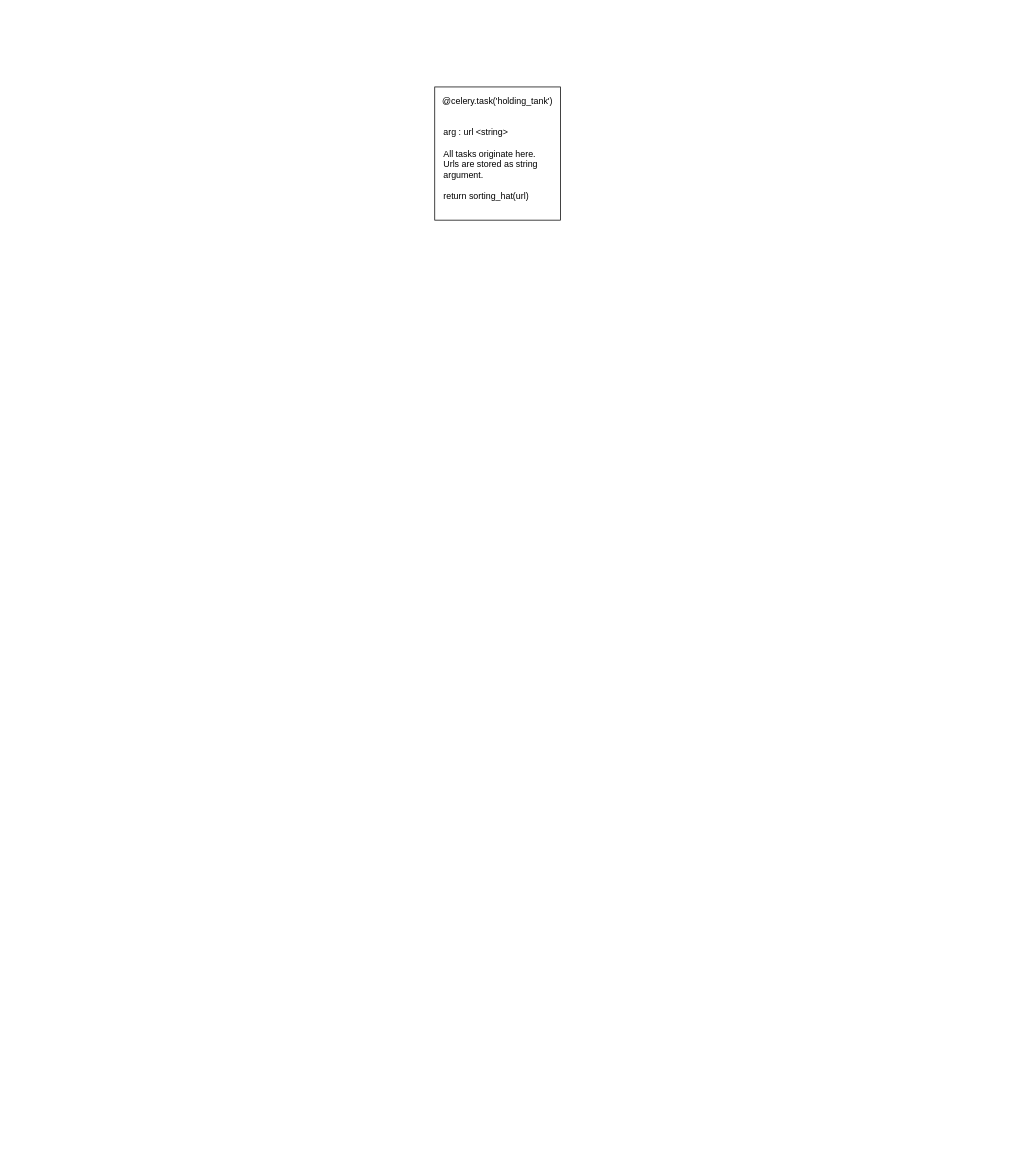
Earlier version of the draw.io diagram docs/Artifice-Scraper.drawio (artifice-project/artifice-project). Source tidied: cells renumbered, new cells numbered last; positions are measured from the earlier drawing's top-left corner, leaving out a move shared by most shapes. Both pictures are drawn from the tidied source at 74%, with x=0, y=0 at pixel (434, 87).
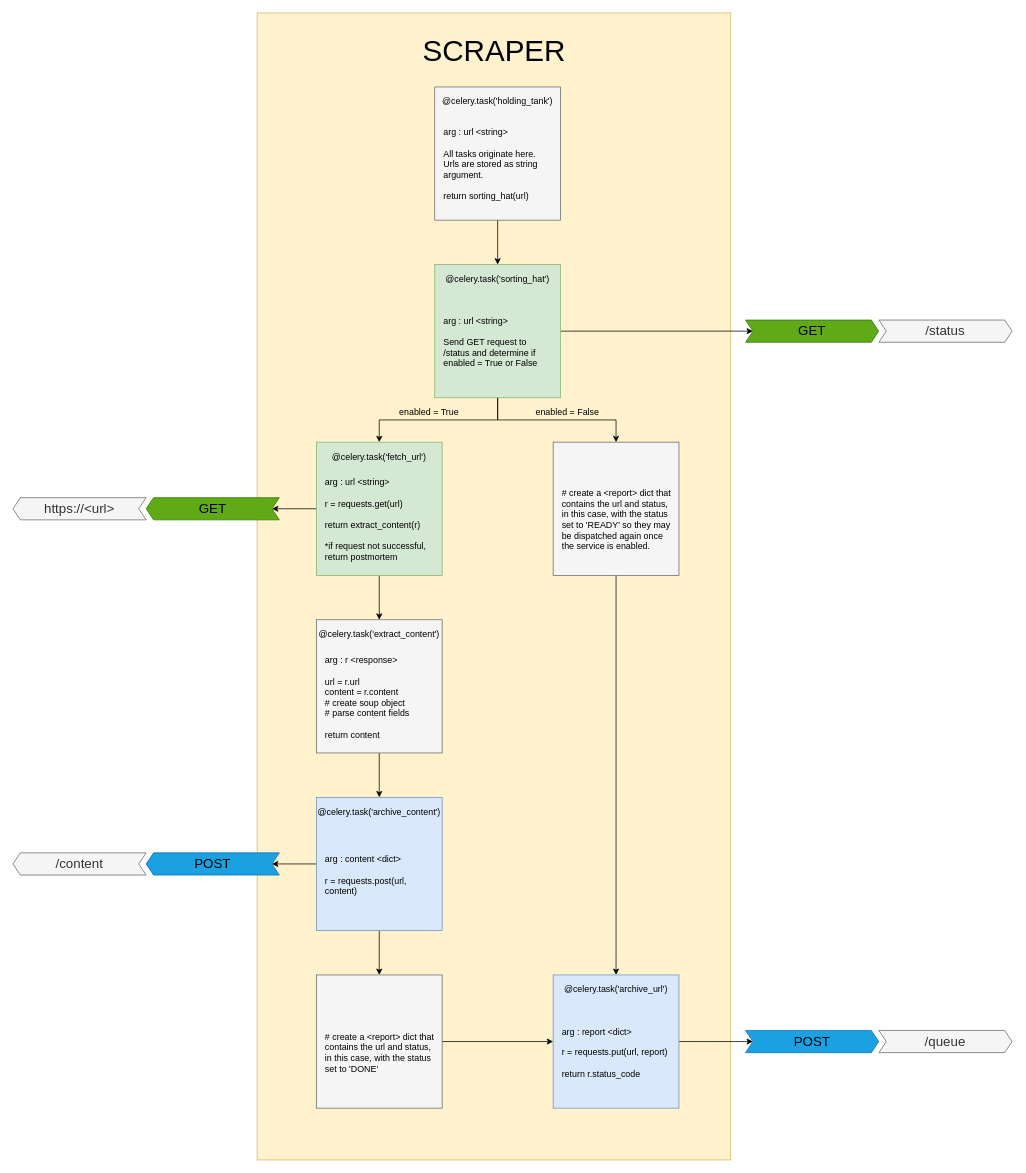
The same diagram, later.

What changed in the source:
```diff
@@
+    <mxCell id="5" style="rounded=0;whiteSpace=wrap;html=1;fillColor=#fff2cc;strokeColor=#d6b656;" parent="1" vertex="1">
+      <mxGeometry x="-240" y="-100" width="640" height="1550" as="geometry" />
+    </mxCell>
+    <mxCell id="6" style="edgeStyle=orthogonalEdgeStyle;rounded=0;jettySize=auto;html=1;exitX=0.5;exitY=1;exitDx=0;exitDy=0;entryX=0.5;entryY=0;entryDx=0;entryDy=0;" parent="1" edge="1" source="2" target="9">
+      <mxGeometry relative="1" as="geometry" />
+    </mxCell>
-    <mxCell id="2" style="rounded=0;whiteSpace=wrap;html=1;" parent="1" vertex="1">
+    <mxCell id="2" style="rounded=0;whiteSpace=wrap;html=1;fillColor=#f5f5f5;strokeColor=#666666;fontColor=#333333;" parent="1" vertex="1">
       <mxGeometry width="170" height="180" as="geometry" />
     </mxCell>
@@
+    <mxCell id="7" style="edgeStyle=orthogonalEdgeStyle;rounded=0;jettySize=auto;html=1;exitX=0.5;exitY=1;exitDx=0;exitDy=0;entryX=0.5;entryY=0;entryDx=0;entryDy=0;" parent="1" edge="1" source="9" target="19">
+      <mxGeometry relative="1" as="geometry" />
+    </mxCell>
+    <mxCell id="8" style="edgeStyle=orthogonalEdgeStyle;rounded=0;jettySize=auto;html=1;exitX=1;exitY=0.5;exitDx=0;exitDy=0;entryX=0;entryY=0.5;entryDx=10;entryDy=0;entryPerimeter=0;" parent="1" edge="1" source="9" target="40">
+      <mxGeometry relative="1" as="geometry" />
+    </mxCell>
+    <mxCell id="9" style="rounded=0;whiteSpace=wrap;html=1;fillColor=#d5e8d4;strokeColor=#82b366;" parent="1" vertex="1">
+      <mxGeometry y="240" width="170" height="180" as="geometry" />
+    </mxCell>
+    <mxCell id="10" value="@celery.task('sorting_hat')" style="text;html=1;strokeColor=none;fillColor=none;align=center;verticalAlign=middle;whiteSpace=wrap;rounded=0;" parent="1" vertex="1">
+      <mxGeometry x="65" y="250" width="40" height="20" as="geometry" />
+    </mxCell>
+    <mxCell id="11" style="edgeStyle=orthogonalEdgeStyle;rounded=0;jettySize=auto;html=1;" parent="1" edge="1" target="15">
+      <mxGeometry relative="1" as="geometry">
+        <mxPoint x="85" y="420" as="sourcePoint" />
+        <Array as="points">
+          <mxPoint x="85" y="450" />
+          <mxPoint x="-75" y="450" />
+        </Array>
+      </mxGeometry>
+    </mxCell>
+    <mxCell id="12" value="arg : url &amp;lt;string&amp;gt;&lt;br&gt;&lt;br&gt;Send GET request to /status and determine if enabled = True or False" style="text;html=1;strokeColor=none;fillColor=none;align=left;verticalAlign=middle;whiteSpace=wrap;rounded=0;" parent="1" vertex="1">
+      <mxGeometry x="10" y="280" width="150" height="130" as="geometry" />
+    </mxCell>
+    <mxCell id="13" style="edgeStyle=orthogonalEdgeStyle;rounded=0;jettySize=auto;html=1;exitX=0.5;exitY=1;exitDx=0;exitDy=0;entryX=0.5;entryY=0;entryDx=0;entryDy=0;" parent="1" edge="1" source="15" target="24">
+      <mxGeometry relative="1" as="geometry" />
+    </mxCell>
+    <mxCell id="14" style="edgeStyle=orthogonalEdgeStyle;rounded=0;jettySize=auto;html=1;exitX=0;exitY=0.5;exitDx=0;exitDy=0;entryX=0;entryY=0.5;entryDx=10;entryDy=0;entryPerimeter=0;" parent="1" edge="1" source="15" target="42">
+      <mxGeometry relative="1" as="geometry" />
+    </mxCell>
+    <mxCell id="15" style="rounded=0;whiteSpace=wrap;html=1;fillColor=#d5e8d4;strokeColor=#82b366;" parent="1" vertex="1">
+      <mxGeometry x="-160" y="480" width="170" height="180" as="geometry" />
+    </mxCell>
+    <mxCell id="16" value="@celery.task('fetch_url')" style="text;html=1;strokeColor=none;fillColor=none;align=center;verticalAlign=middle;whiteSpace=wrap;rounded=0;" parent="1" vertex="1">
+      <mxGeometry x="-95" y="490" width="40" height="20" as="geometry" />
+    </mxCell>
+    <mxCell id="17" value="arg : url &amp;lt;string&amp;gt;&lt;br&gt;&lt;br&gt;r = requests.get(url)&lt;br&gt;&lt;br&gt;return extract_content(r)&lt;br&gt;&lt;br&gt;*if request not successful, return postmortem" style="text;html=1;strokeColor=none;fillColor=none;align=left;verticalAlign=middle;whiteSpace=wrap;rounded=0;" parent="1" vertex="1">
+      <mxGeometry x="-150" y="520" width="150" height="130" as="geometry" />
+    </mxCell>
+    <mxCell id="18" style="edgeStyle=orthogonalEdgeStyle;rounded=0;jettySize=auto;html=1;exitX=0.5;exitY=1;exitDx=0;exitDy=0;entryX=0.5;entryY=0;entryDx=0;entryDy=0;" parent="1" edge="1" source="19" target="36">
+      <mxGeometry relative="1" as="geometry" />
+    </mxCell>
+    <mxCell id="19" style="rounded=0;whiteSpace=wrap;html=1;fillColor=#f5f5f5;strokeColor=#666666;fontColor=#333333;" parent="1" vertex="1">
+      <mxGeometry x="160" y="480" width="170" height="180" as="geometry" />
+    </mxCell>
+    <mxCell id="20" value="# create a &amp;lt;report&amp;gt; dict that contains the url and status, in this case, with the status set to 'READY' so they may be dispatched again once the service is enabled." style="text;html=1;strokeColor=none;fillColor=none;align=left;verticalAlign=middle;whiteSpace=wrap;rounded=0;" parent="1" vertex="1">
+      <mxGeometry x="170" y="520" width="150" height="130" as="geometry" />
+    </mxCell>
+    <mxCell id="21" value="enabled = True" style="text;html=1;strokeColor=none;fillColor=none;align=center;verticalAlign=middle;whiteSpace=wrap;rounded=0;" parent="1" vertex="1">
+      <mxGeometry x="-55" y="430" width="95" height="20" as="geometry" />
+    </mxCell>
+    <mxCell id="22" value="enabled = False" style="text;html=1;strokeColor=none;fillColor=none;align=center;verticalAlign=middle;whiteSpace=wrap;rounded=0;" parent="1" vertex="1">
+      <mxGeometry x="128" y="430" width="103" height="20" as="geometry" />
+    </mxCell>
+    <mxCell id="23" style="edgeStyle=orthogonalEdgeStyle;rounded=0;jettySize=auto;html=1;exitX=0.5;exitY=1;exitDx=0;exitDy=0;entryX=0.5;entryY=0;entryDx=0;entryDy=0;" parent="1" edge="1" source="24" target="29">
+      <mxGeometry relative="1" as="geometry" />
+    </mxCell>
+    <mxCell id="24" style="rounded=0;whiteSpace=wrap;html=1;fillColor=#f5f5f5;strokeColor=#666666;fontColor=#333333;" parent="1" vertex="1">
+      <mxGeometry x="-160" y="720" width="170" height="180" as="geometry" />
+    </mxCell>
+    <mxCell id="25" value="@celery.task('extract_content')" style="text;html=1;strokeColor=none;fillColor=none;align=center;verticalAlign=middle;whiteSpace=wrap;rounded=0;" parent="1" vertex="1">
+      <mxGeometry x="-95" y="730" width="40" height="20" as="geometry" />
+    </mxCell>
+    <mxCell id="26" value="arg : r &amp;lt;response&amp;gt;&lt;br&gt;&lt;br&gt;url = r.url&lt;br&gt;content = r.content&lt;br&gt;# create soup object&lt;br&gt;# parse content fields&lt;br&gt;&lt;br&gt;return content" style="text;html=1;strokeColor=none;fillColor=none;align=left;verticalAlign=middle;whiteSpace=wrap;rounded=0;" parent="1" vertex="1">
+      <mxGeometry x="-150" y="760" width="150" height="130" as="geometry" />
+    </mxCell>
+    <mxCell id="27" style="edgeStyle=orthogonalEdgeStyle;rounded=0;jettySize=auto;html=1;exitX=0.5;exitY=1;exitDx=0;exitDy=0;entryX=0.5;entryY=0;entryDx=0;entryDy=0;" parent="1" edge="1" source="29" target="33">
+      <mxGeometry relative="1" as="geometry" />
+    </mxCell>
+    <mxCell id="28" style="edgeStyle=orthogonalEdgeStyle;rounded=0;jettySize=auto;html=1;exitX=0;exitY=0.5;exitDx=0;exitDy=0;entryX=0;entryY=0.5;entryDx=10;entryDy=0;entryPerimeter=0;" parent="1" edge="1" source="29" target="44">
+      <mxGeometry relative="1" as="geometry" />
+    </mxCell>
+    <mxCell id="29" style="rounded=0;whiteSpace=wrap;html=1;fillColor=#dae8fc;strokeColor=#6c8ebf;" parent="1" vertex="1">
+      <mxGeometry x="-160" y="960" width="170" height="180" as="geometry" />
+    </mxCell>
+    <mxCell id="30" value="@celery.task('archive_content')" style="text;html=1;strokeColor=none;fillColor=none;align=center;verticalAlign=middle;whiteSpace=wrap;rounded=0;" parent="1" vertex="1">
+      <mxGeometry x="-95" y="970" width="40" height="20" as="geometry" />
+    </mxCell>
+    <mxCell id="31" value="arg : content &amp;lt;dict&amp;gt;&lt;br&gt;&lt;br&gt;r = requests.post(url, content)" style="text;html=1;strokeColor=none;fillColor=none;align=left;verticalAlign=middle;whiteSpace=wrap;rounded=0;" parent="1" vertex="1">
+      <mxGeometry x="-150" y="1000" width="150" height="130" as="geometry" />
+    </mxCell>
+    <mxCell id="32" style="edgeStyle=orthogonalEdgeStyle;rounded=0;jettySize=auto;html=1;exitX=1;exitY=0.5;exitDx=0;exitDy=0;entryX=0;entryY=0.5;entryDx=0;entryDy=0;" parent="1" edge="1" source="33" target="36">
+      <mxGeometry relative="1" as="geometry" />
+    </mxCell>
+    <mxCell id="33" style="rounded=0;whiteSpace=wrap;html=1;fillColor=#f5f5f5;strokeColor=#666666;fontColor=#333333;" parent="1" vertex="1">
+      <mxGeometry x="-160" y="1200" width="170" height="180" as="geometry" />
+    </mxCell>
+    <mxCell id="34" value="# create a &amp;lt;report&amp;gt; dict that contains the url and status, in this case, with the status set to 'DONE'" style="text;html=1;strokeColor=none;fillColor=none;align=left;verticalAlign=middle;whiteSpace=wrap;rounded=0;" parent="1" vertex="1">
+      <mxGeometry x="-150" y="1240" width="150" height="130" as="geometry" />
+    </mxCell>
+    <mxCell id="35" style="edgeStyle=orthogonalEdgeStyle;rounded=0;jettySize=auto;html=1;exitX=1;exitY=0.5;exitDx=0;exitDy=0;entryX=0;entryY=0.5;entryDx=10;entryDy=0;entryPerimeter=0;" parent="1" edge="1" source="36" target="46">
+      <mxGeometry relative="1" as="geometry" />
+    </mxCell>
+    <mxCell id="36" style="rounded=0;whiteSpace=wrap;html=1;fillColor=#dae8fc;strokeColor=#6c8ebf;" parent="1" vertex="1">
+      <mxGeometry x="160" y="1200" width="170" height="180" as="geometry" />
+    </mxCell>
+    <mxCell id="37" value="@celery.task('archive_url')" style="text;html=1;strokeColor=none;fillColor=none;align=center;verticalAlign=middle;whiteSpace=wrap;rounded=0;" parent="1" vertex="1">
+      <mxGeometry x="225" y="1210" width="40" height="20" as="geometry" />
+    </mxCell>
+    <mxCell id="38" value="arg : report &amp;lt;dict&amp;gt;&lt;br&gt;&lt;br&gt;r = requests.put(url, report)&lt;br&gt;&lt;br&gt;return r.status_code" style="text;html=1;strokeColor=none;fillColor=none;align=left;verticalAlign=middle;whiteSpace=wrap;rounded=0;" parent="1" vertex="1">
+      <mxGeometry x="170" y="1240" width="150" height="130" as="geometry" />
+    </mxCell>
+    <mxCell id="39" value="&lt;font style=&quot;font-size: 40px&quot;&gt;SCRAPER&lt;/font&gt;" style="text;html=1;strokeColor=none;fillColor=none;align=center;verticalAlign=middle;whiteSpace=wrap;rounded=0;" parent="1" vertex="1">
+      <mxGeometry x="-27.5" y="-60" width="215" height="20" as="geometry" />
+    </mxCell>
+    <mxCell id="40" style="html=1;shadow=0;dashed=0;align=center;verticalAlign=middle;shape=mxgraph.arrows2.arrow;dy=0;dx=10;notch=10;fillColor=#60a917;strokeColor=#2D7600;fontColor=#ffffff;" parent="1" vertex="1">
+      <mxGeometry x="420" y="315" width="180" height="30" as="geometry" />
+    </mxCell>
+    <mxCell id="41" value="&lt;font style=&quot;font-size: 18px&quot;&gt;GET&lt;/font&gt;" style="text;html=1;strokeColor=none;fillColor=none;align=center;verticalAlign=middle;whiteSpace=wrap;rounded=0;" parent="1" vertex="1">
+      <mxGeometry x="480" y="320" width="60" height="20" as="geometry" />
+    </mxCell>
+    <mxCell id="42" style="html=1;shadow=0;dashed=0;align=center;verticalAlign=middle;shape=mxgraph.arrows2.arrow;dy=0;dx=10;notch=10;rotation=-180;fillColor=#60a917;strokeColor=#2D7600;fontColor=#ffffff;" parent="1" vertex="1">
+      <mxGeometry x="-390" y="555" width="180" height="30" as="geometry" />
+    </mxCell>
+    <mxCell id="43" value="&lt;font style=&quot;font-size: 18px&quot;&gt;GET&lt;/font&gt;" style="text;html=1;strokeColor=none;fillColor=none;align=center;verticalAlign=middle;whiteSpace=wrap;rounded=0;" parent="1" vertex="1">
+      <mxGeometry x="-330" y="560" width="60" height="20" as="geometry" />
+    </mxCell>
+    <mxCell id="44" style="html=1;shadow=0;dashed=0;align=center;verticalAlign=middle;shape=mxgraph.arrows2.arrow;dy=0;dx=10;notch=10;rotation=-180;fillColor=#1ba1e2;strokeColor=#006EAF;fontColor=#ffffff;" parent="1" vertex="1">
+      <mxGeometry x="-390" y="1035" width="180" height="30" as="geometry" />
+    </mxCell>
+    <mxCell id="45" value="&lt;font style=&quot;font-size: 18px&quot;&gt;POST&lt;/font&gt;" style="text;html=1;strokeColor=none;fillColor=none;align=center;verticalAlign=middle;whiteSpace=wrap;rounded=0;" parent="1" vertex="1">
+      <mxGeometry x="-330" y="1040" width="60" height="20" as="geometry" />
+    </mxCell>
+    <mxCell id="46" style="html=1;shadow=0;dashed=0;align=center;verticalAlign=middle;shape=mxgraph.arrows2.arrow;dy=0;dx=10;notch=10;fillColor=#1ba1e2;strokeColor=#006EAF;fontColor=#ffffff;" parent="1" vertex="1">
+      <mxGeometry x="420" y="1275" width="180" height="30" as="geometry" />
+    </mxCell>
+    <mxCell id="47" value="&lt;font style=&quot;font-size: 18px&quot;&gt;POST&lt;/font&gt;" style="text;html=1;strokeColor=none;fillColor=none;align=center;verticalAlign=middle;whiteSpace=wrap;rounded=0;" parent="1" vertex="1">
+      <mxGeometry x="480" y="1280" width="60" height="20" as="geometry" />
+    </mxCell>
+    <mxCell id="48" style="html=1;shadow=0;dashed=0;align=center;verticalAlign=middle;shape=mxgraph.arrows2.arrow;dy=0;dx=10;notch=10;rotation=-180;fillColor=#f5f5f5;strokeColor=#666666;fontColor=#333333;" parent="1" vertex="1">
+      <mxGeometry x="-570" y="1035" width="180" height="30" as="geometry" />
+    </mxCell>
+    <mxCell id="49" value="&lt;font style=&quot;font-size: 18px&quot;&gt;/content&lt;/font&gt;" style="text;html=1;align=center;verticalAlign=middle;whiteSpace=wrap;rounded=0;fillColor=#f5f5f5;strokeColor=none;fontColor=#333333;" parent="1" vertex="1">
+      <mxGeometry x="-510" y="1040" width="60" height="20" as="geometry" />
+    </mxCell>
+    <mxCell id="50" style="html=1;shadow=0;dashed=0;align=center;verticalAlign=middle;shape=mxgraph.arrows2.arrow;dy=0;dx=10;notch=10;rotation=-180;fillColor=#f5f5f5;strokeColor=#666666;fontColor=#333333;" parent="1" vertex="1">
+      <mxGeometry x="-570" y="555" width="180" height="30" as="geometry" />
+    </mxCell>
+    <mxCell id="51" value="&lt;font style=&quot;font-size: 18px&quot;&gt;https://&amp;lt;url&amp;gt;&lt;/font&gt;" style="text;html=1;align=center;verticalAlign=middle;whiteSpace=wrap;rounded=0;fillColor=#f5f5f5;strokeColor=none;fontColor=#333333;" parent="1" vertex="1">
+      <mxGeometry x="-510" y="560" width="60" height="20" as="geometry" />
+    </mxCell>
+    <mxCell id="52" style="html=1;shadow=0;dashed=0;align=center;verticalAlign=middle;shape=mxgraph.arrows2.arrow;dy=0;dx=10;notch=10;rotation=0;fillColor=#f5f5f5;strokeColor=#666666;fontColor=#333333;" parent="1" vertex="1">
+      <mxGeometry x="600.2" y="1275" width="180" height="30" as="geometry" />
+    </mxCell>
+    <mxCell id="53" value="&lt;font style=&quot;font-size: 18px&quot;&gt;/queue&lt;/font&gt;" style="text;html=1;align=center;verticalAlign=middle;whiteSpace=wrap;rounded=0;fillColor=#f5f5f5;strokeColor=none;fontColor=#333333;" parent="1" vertex="1">
+      <mxGeometry x="660.2" y="1280" width="60" height="20" as="geometry" />
+    </mxCell>
+    <mxCell id="54" style="html=1;shadow=0;dashed=0;align=center;verticalAlign=middle;shape=mxgraph.arrows2.arrow;dy=0;dx=10;notch=10;rotation=0;fillColor=#f5f5f5;strokeColor=#666666;fontColor=#333333;" parent="1" vertex="1">
+      <mxGeometry x="600.2" y="315" width="180" height="30" as="geometry" />
+    </mxCell>
+    <mxCell id="55" value="&lt;font style=&quot;font-size: 18px&quot;&gt;/status&lt;/font&gt;" style="text;html=1;align=center;verticalAlign=middle;whiteSpace=wrap;rounded=0;fillColor=#f5f5f5;strokeColor=none;fontColor=#333333;" parent="1" vertex="1">
+      <mxGeometry x="660.2" y="320" width="60" height="20" as="geometry" />
+    </mxCell>
```
